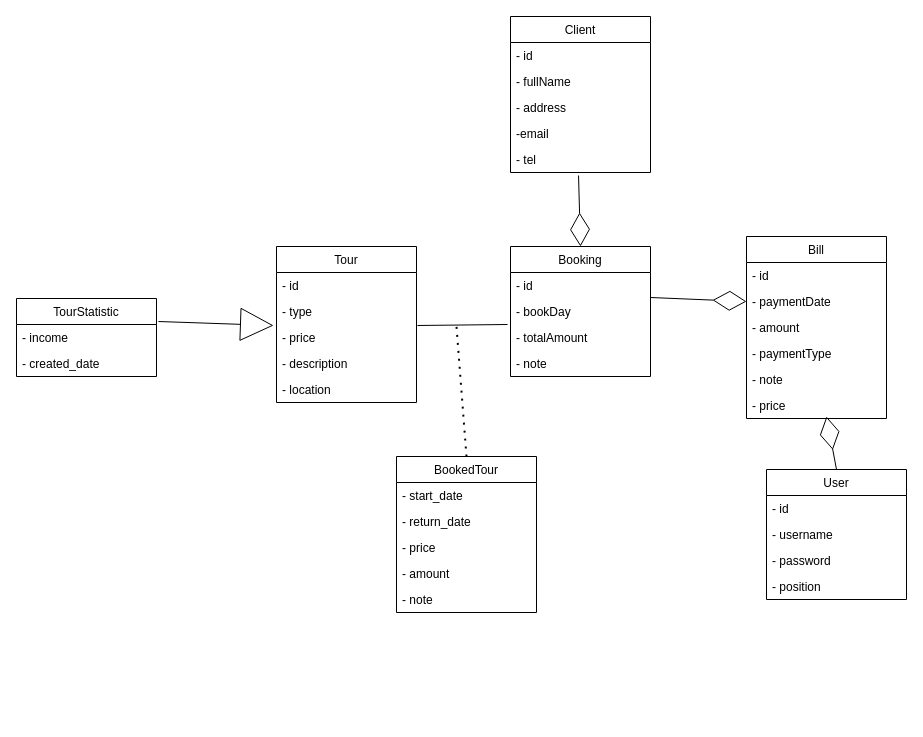
Before: Untitled Diagram.drawio in thanhlongtld/classical_software_engineering, a draw.io diagram. Source tidied: cells renumbered, new cells numbered last; positions are measured from the earlier drawing's top-left corner, leaving out a move shared by most shapes. Both pictures are drawn from the tidied source at 100%, with x=0, y=0 at pixel (16, 16).
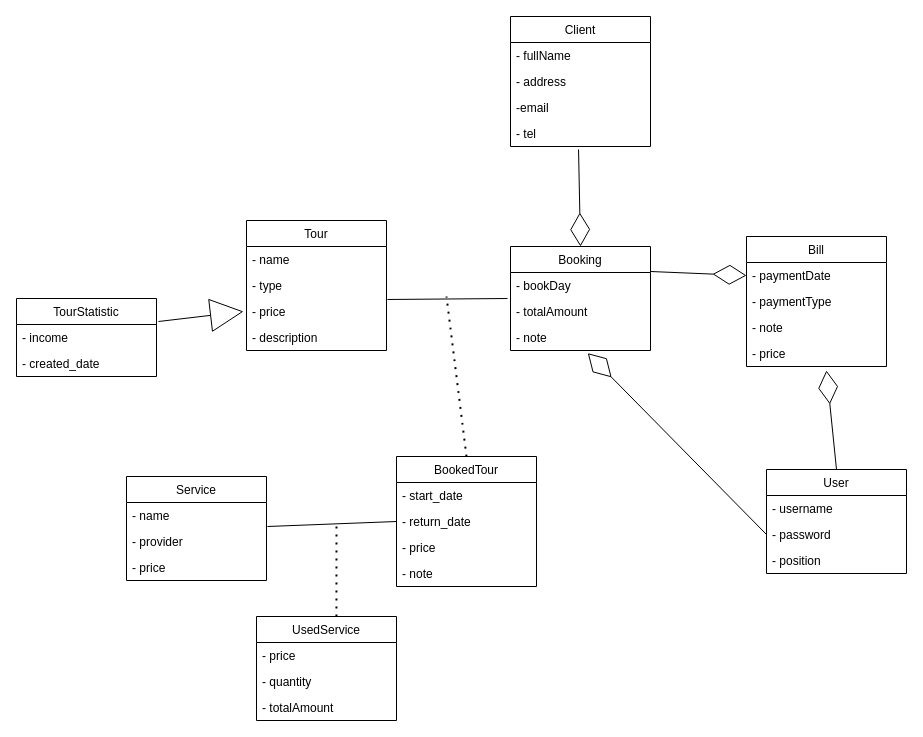
The same page after the edit.

Unchanged cells that the change refers to:
```xml
<mxCell id="16" value="- price" style="text;strokeColor=none;fillColor=none;align=left;verticalAlign=top;spacingLeft=4;spacingRight=4;overflow=hidden;points=[[0,0.5],[1,0.5]];portConstraint=eastwest;" parent="13" vertex="1">
  <mxGeometry y="78" width="140" height="26" as="geometry" />
</mxCell>
<mxCell id="27" value="- income" style="text;strokeColor=none;fillColor=none;align=left;verticalAlign=top;spacingLeft=4;spacingRight=4;overflow=hidden;points=[[0,0.5],[1,0.5]];portConstraint=eastwest;" parent="26" vertex="1">
  <mxGeometry y="26" width="140" height="26" as="geometry" />
</mxCell>
<mxCell id="31" value="- return_date" style="text;strokeColor=none;fillColor=none;align=left;verticalAlign=top;spacingLeft=4;spacingRight=4;overflow=hidden;points=[[0,0.5],[1,0.5]];portConstraint=eastwest;" parent="29" vertex="1">
  <mxGeometry y="52" width="140" height="26" as="geometry" />
</mxCell>
```

Diff of the diagram source:
```diff
@@
     <mxCell id="2" value="Client" style="swimlane;fontStyle=0;horizontal=1;startSize=26;fillColor=none;" parent="1" vertex="1">
-      <mxGeometry x="494" width="140" height="156" as="geometry" />
+      <mxGeometry x="494" width="140" height="130" as="geometry" />
     </mxCell>
-    <mxCell id="3" value="- id" style="text;strokeColor=none;fillColor=none;align=left;verticalAlign=top;spacingLeft=4;spacingRight=4;overflow=hidden;" parent="2" vertex="1">
-      <mxGeometry y="26" width="140" height="26" as="geometry" />
-    </mxCell>
     <mxCell id="4" value="- fullName" style="text;strokeColor=none;fillColor=none;align=left;verticalAlign=top;spacingLeft=4;spacingRight=4;overflow=hidden;" parent="2" vertex="1">
-      <mxGeometry y="52" width="140" height="26" as="geometry" />
+      <mxGeometry y="26" width="140" height="26" as="geometry" />
     </mxCell>
     <mxCell id="5" value="- address" style="text;strokeColor=none;fillColor=none;align=left;verticalAlign=top;spacingLeft=4;spacingRight=4;overflow=hidden;" parent="2" vertex="1">
-      <mxGeometry y="78" width="140" height="26" as="geometry" />
+      <mxGeometry y="52" width="140" height="26" as="geometry" />
     </mxCell>
     <mxCell id="6" value="-email" style="text;strokeColor=none;fillColor=none;align=left;verticalAlign=top;spacingLeft=4;spacingRight=4;overflow=hidden;" parent="2" vertex="1">
-      <mxGeometry y="104" width="140" height="26" as="geometry" />
+      <mxGeometry y="78" width="140" height="26" as="geometry" />
     </mxCell>
     <mxCell id="7" value="- tel" style="text;strokeColor=none;fillColor=none;align=left;verticalAlign=top;spacingLeft=4;spacingRight=4;overflow=hidden;points=[[0,0.5],[1,0.5]];portConstraint=eastwest;" parent="2" vertex="1">
-      <mxGeometry y="130" width="140" height="26" as="geometry" />
+      <mxGeometry y="104" width="140" height="26" as="geometry" />
     </mxCell>
     <mxCell id="8" value="Booking" style="swimlane;fontStyle=0;horizontal=1;startSize=26;fillColor=none;" parent="1" vertex="1">
-      <mxGeometry x="494" y="230" width="140" height="130" as="geometry" />
+      <mxGeometry x="494" y="230" width="140" height="104" as="geometry" />
     </mxCell>
-    <mxCell id="9" value="- id" style="text;strokeColor=none;fillColor=none;align=left;verticalAlign=top;spacingLeft=4;spacingRight=4;overflow=hidden;" parent="8" vertex="1">
-      <mxGeometry y="26" width="140" height="26" as="geometry" />
-    </mxCell>
     <mxCell id="10" value="- bookDay" style="text;strokeColor=none;fillColor=none;align=left;verticalAlign=top;spacingLeft=4;spacingRight=4;overflow=hidden;points=[[0,0.5],[1,0.5]];portConstraint=eastwest;" parent="8" vertex="1">
-      <mxGeometry y="52" width="140" height="26" as="geometry" />
+      <mxGeometry y="26" width="140" height="26" as="geometry" />
     </mxCell>
     <mxCell id="11" value="- totalAmount" style="text;strokeColor=none;fillColor=none;align=left;verticalAlign=top;spacingLeft=4;spacingRight=4;overflow=hidden;" parent="8" vertex="1">
-      <mxGeometry y="78" width="140" height="26" as="geometry" />
+      <mxGeometry y="52" width="140" height="26" as="geometry" />
     </mxCell>
     <mxCell id="12" value="- note" style="text;strokeColor=none;fillColor=none;align=left;verticalAlign=top;spacingLeft=4;spacingRight=4;overflow=hidden;points=[[0,0.5],[1,0.5]];portConstraint=eastwest;" parent="8" vertex="1">
-      <mxGeometry y="104" width="140" height="26" as="geometry" />
+      <mxGeometry y="78" width="140" height="26" as="geometry" />
     </mxCell>
     <mxCell id="13" value="Tour" style="swimlane;fontStyle=0;horizontal=1;startSize=26;fillColor=none;" parent="1" vertex="1">
-      <mxGeometry x="260" y="230" width="140" height="156" as="geometry" />
+      <mxGeometry x="230" y="204" width="140" height="130" as="geometry" />
     </mxCell>
-    <mxCell id="14" value="- id" style="text;strokeColor=none;fillColor=none;align=left;verticalAlign=top;spacingLeft=4;spacingRight=4;overflow=hidden;" parent="13" vertex="1">
-      <mxGeometry y="26" width="140" height="26" as="geometry" />
-    </mxCell>
+    <mxCell id="46" value="- name" style="text;strokeColor=none;fillColor=none;align=left;verticalAlign=top;spacingLeft=4;spacingRight=4;overflow=hidden;" parent="13" vertex="1">
+      <mxGeometry y="26" width="140" height="26" as="geometry" />
+    </mxCell>
@@
-    <mxCell id="18" value="- location" style="text;strokeColor=none;fillColor=none;align=left;verticalAlign=top;spacingLeft=4;spacingRight=4;overflow=hidden;" parent="13" vertex="1">
-      <mxGeometry y="130" width="140" height="26" as="geometry" />
-    </mxCell>
     <mxCell id="19" value="Bill" style="swimlane;fontStyle=0;horizontal=1;startSize=26;fillColor=none;" parent="1" vertex="1">
-      <mxGeometry x="730" y="220" width="140" height="182" as="geometry" />
+      <mxGeometry x="730" y="220" width="140" height="130" as="geometry" />
     </mxCell>
-    <mxCell id="20" value="- id" style="text;strokeColor=none;fillColor=none;align=left;verticalAlign=top;spacingLeft=4;spacingRight=4;overflow=hidden;" parent="19" vertex="1">
-      <mxGeometry y="26" width="140" height="26" as="geometry" />
-    </mxCell>
     <mxCell id="21" value="- paymentDate" style="text;strokeColor=none;fillColor=none;align=left;verticalAlign=top;spacingLeft=4;spacingRight=4;overflow=hidden;points=[[0,0.5],[1,0.5]];portConstraint=eastwest;" parent="19" vertex="1">
-      <mxGeometry y="52" width="140" height="26" as="geometry" />
+      <mxGeometry y="26" width="140" height="26" as="geometry" />
     </mxCell>
-    <mxCell id="22" value="- amount" style="text;strokeColor=none;fillColor=none;align=left;verticalAlign=top;spacingLeft=4;spacingRight=4;overflow=hidden;" parent="19" vertex="1">
-      <mxGeometry y="78" width="140" height="26" as="geometry" />
-    </mxCell>
     <mxCell id="23" value="- paymentType" style="text;strokeColor=none;fillColor=none;align=left;verticalAlign=top;spacingLeft=4;spacingRight=4;overflow=hidden;" parent="19" vertex="1">
-      <mxGeometry y="104" width="140" height="26" as="geometry" />
+      <mxGeometry y="52" width="140" height="26" as="geometry" />
     </mxCell>
     <mxCell id="24" value="- note" style="text;strokeColor=none;fillColor=none;align=left;verticalAlign=top;spacingLeft=4;spacingRight=4;overflow=hidden;" parent="19" vertex="1">
-      <mxGeometry y="130" width="140" height="26" as="geometry" />
+      <mxGeometry y="78" width="140" height="26" as="geometry" />
     </mxCell>
     <mxCell id="25" value="- price" style="text;strokeColor=none;fillColor=none;align=left;verticalAlign=top;spacingLeft=4;spacingRight=4;overflow=hidden;points=[[0,0.5],[1,0.5]];portConstraint=eastwest;" parent="19" vertex="1">
-      <mxGeometry y="156" width="140" height="26" as="geometry" />
+      <mxGeometry y="104" width="140" height="26" as="geometry" />
     </mxCell>
@@
     <mxCell id="29" value="BookedTour" style="swimlane;fontStyle=0;horizontal=1;startSize=26;fillColor=none;" parent="1" vertex="1">
-      <mxGeometry x="380" y="440" width="140" height="156" as="geometry" />
+      <mxGeometry x="380" y="440" width="140" height="130" as="geometry" />
     </mxCell>
@@
-    <mxCell id="33" value="- amount" style="text;strokeColor=none;fillColor=none;align=left;verticalAlign=top;spacingLeft=4;spacingRight=4;overflow=hidden;" parent="29" vertex="1">
-      <mxGeometry y="104" width="140" height="26" as="geometry" />
-    </mxCell>
     <mxCell id="34" value="- note" style="text;strokeColor=none;fillColor=none;align=left;verticalAlign=top;spacingLeft=4;spacingRight=4;overflow=hidden;" parent="29" vertex="1">
-      <mxGeometry y="130" width="140" height="26" as="geometry" />
+      <mxGeometry y="104" width="140" height="26" as="geometry" />
     </mxCell>
     <mxCell id="35" value="User" style="swimlane;fontStyle=0;horizontal=1;startSize=26;fillColor=none;" parent="1" vertex="1">
-      <mxGeometry x="750" y="453" width="140" height="130" as="geometry" />
+      <mxGeometry x="750" y="453" width="140" height="104" as="geometry" />
     </mxCell>
-    <mxCell id="36" value="- id" style="text;strokeColor=none;fillColor=none;align=left;verticalAlign=top;spacingLeft=4;spacingRight=4;overflow=hidden;" parent="35" vertex="1">
-      <mxGeometry y="26" width="140" height="26" as="geometry" />
-    </mxCell>
     <mxCell id="37" value="- username" style="text;strokeColor=none;fillColor=none;align=left;verticalAlign=top;spacingLeft=4;spacingRight=4;overflow=hidden;" parent="35" vertex="1">
-      <mxGeometry y="52" width="140" height="26" as="geometry" />
+      <mxGeometry y="26" width="140" height="26" as="geometry" />
     </mxCell>
     <mxCell id="38" value="- password" style="text;strokeColor=none;fillColor=none;align=left;verticalAlign=top;spacingLeft=4;spacingRight=4;overflow=hidden;points=[[0,0.5],[1,0.5]];portConstraint=eastwest;" parent="35" vertex="1">
-      <mxGeometry y="78" width="140" height="26" as="geometry" />
+      <mxGeometry y="52" width="140" height="26" as="geometry" />
     </mxCell>
     <mxCell id="39" value="- position" style="text;strokeColor=none;fillColor=none;align=left;verticalAlign=top;spacingLeft=4;spacingRight=4;overflow=hidden;" parent="35" vertex="1">
-      <mxGeometry y="104" width="140" height="26" as="geometry" />
+      <mxGeometry y="78" width="140" height="26" as="geometry" />
     </mxCell>
@@
     <mxCell id="43" style="endArrow=none;dashed=1;html=1;dashPattern=1 3;strokeWidth=2;endSize=31;exitX=0.5;exitY=0;exitDx=0;exitDy=0;" parent="1" edge="1" source="29">
       <mxGeometry relative="1" as="geometry">
-        <mxPoint x="440" y="310" as="targetPoint" />
+        <mxPoint x="430" y="280" as="targetPoint" />
       </mxGeometry>
     </mxCell>
-    <mxCell id="44" style="endArrow=block;html=1;endSize=31;exitX=1.014;exitY=-0.115;exitDx=0;exitDy=0;exitPerimeter=0;entryX=-0.021;entryY=0.038;entryDx=0;entryDy=0;entryPerimeter=0;endFill=0;" parent="1" edge="1" source="27" target="16">
-      <mxGeometry relative="1" as="geometry" />
+    <mxCell id="44" style="endArrow=block;html=1;endSize=31;exitX=1.014;exitY=-0.115;exitDx=0;exitDy=0;exitPerimeter=0;endFill=0;" parent="1" edge="1" source="27">
+      <mxGeometry relative="1" as="geometry">
+        <mxPoint x="227" y="295" as="targetPoint" />
+      </mxGeometry>
     </mxCell>
-    <mxCell id="45" style="endArrow=diamondThin;html=1;exitX=0.5;exitY=0;exitDx=0;exitDy=0;endFill=0;endSize=31;" parent="1" edge="1" source="35">
-      <mxGeometry relative="1" as="geometry">
-        <mxPoint x="810" y="400" as="targetPoint" />
-      </mxGeometry>
+    <mxCell id="45" style="endArrow=diamondThin;html=1;exitX=0.5;exitY=0;exitDx=0;exitDy=0;endFill=0;endSize=31;entryX=0.571;entryY=1.154;entryDx=0;entryDy=0;entryPerimeter=0;" parent="1" edge="1" source="35" target="25">
+      <mxGeometry relative="1" as="geometry" />
     </mxCell>
+    <mxCell id="47" value="Service" style="swimlane;fontStyle=0;horizontal=1;startSize=26;fillColor=none;" parent="1" vertex="1">
+      <mxGeometry x="110" y="460" width="140" height="104" as="geometry" />
+    </mxCell>
+    <mxCell id="48" value="- name" style="text;strokeColor=none;fillColor=none;align=left;verticalAlign=top;spacingLeft=4;spacingRight=4;overflow=hidden;" parent="47" vertex="1">
+      <mxGeometry y="26" width="140" height="26" as="geometry" />
+    </mxCell>
+    <mxCell id="49" value="- provider" style="text;strokeColor=none;fillColor=none;align=left;verticalAlign=top;spacingLeft=4;spacingRight=4;overflow=hidden;points=[[0,0.5],[1,0.5]];portConstraint=eastwest;" parent="47" vertex="1">
+      <mxGeometry y="52" width="140" height="26" as="geometry" />
+    </mxCell>
+    <mxCell id="50" value="- price" style="text;strokeColor=none;fillColor=none;align=left;verticalAlign=top;spacingLeft=4;spacingRight=4;overflow=hidden;" parent="47" vertex="1">
+      <mxGeometry y="78" width="140" height="26" as="geometry" />
+    </mxCell>
+    <mxCell id="51" style="endArrow=none;html=1;endSize=31;exitX=1.007;exitY=-0.077;exitDx=0;exitDy=0;exitPerimeter=0;entryX=0;entryY=0.5;entryDx=0;entryDy=0;" parent="1" edge="1" source="49" target="31">
+      <mxGeometry relative="1" as="geometry" />
+    </mxCell>
+    <mxCell id="52" value="UsedService" style="swimlane;fontStyle=0;horizontal=1;startSize=26;fillColor=none;" parent="1" vertex="1">
+      <mxGeometry x="240" y="600" width="140" height="104" as="geometry" />
+    </mxCell>
+    <mxCell id="53" value="- price" style="text;strokeColor=none;fillColor=none;align=left;verticalAlign=top;spacingLeft=4;spacingRight=4;overflow=hidden;" parent="52" vertex="1">
+      <mxGeometry y="26" width="140" height="26" as="geometry" />
+    </mxCell>
+    <mxCell id="54" value="- quantity" style="text;strokeColor=none;fillColor=none;align=left;verticalAlign=top;spacingLeft=4;spacingRight=4;overflow=hidden;" parent="52" vertex="1">
+      <mxGeometry y="52" width="140" height="26" as="geometry" />
+    </mxCell>
+    <mxCell id="55" value="- totalAmount" style="text;strokeColor=none;fillColor=none;align=left;verticalAlign=top;spacingLeft=4;spacingRight=4;overflow=hidden;" parent="52" vertex="1">
+      <mxGeometry y="78" width="140" height="26" as="geometry" />
+    </mxCell>
+    <mxCell id="56" style="endArrow=none;dashed=1;html=1;dashPattern=1 3;strokeWidth=2;endSize=31;exitX=0.571;exitY=0;exitDx=0;exitDy=0;exitPerimeter=0;" parent="1" edge="1" source="52">
+      <mxGeometry relative="1" as="geometry">
+        <mxPoint x="320" y="510" as="targetPoint" />
+      </mxGeometry>
+    </mxCell>
+    <mxCell id="57" style="endArrow=diamondThin;html=1;exitX=0;exitY=0.5;exitDx=0;exitDy=0;endFill=0;endSize=31;entryX=0.552;entryY=1.103;entryDx=0;entryDy=0;entryPerimeter=0;" parent="1" edge="1" source="38" target="12">
+      <mxGeometry relative="1" as="geometry" />
+    </mxCell>
```
